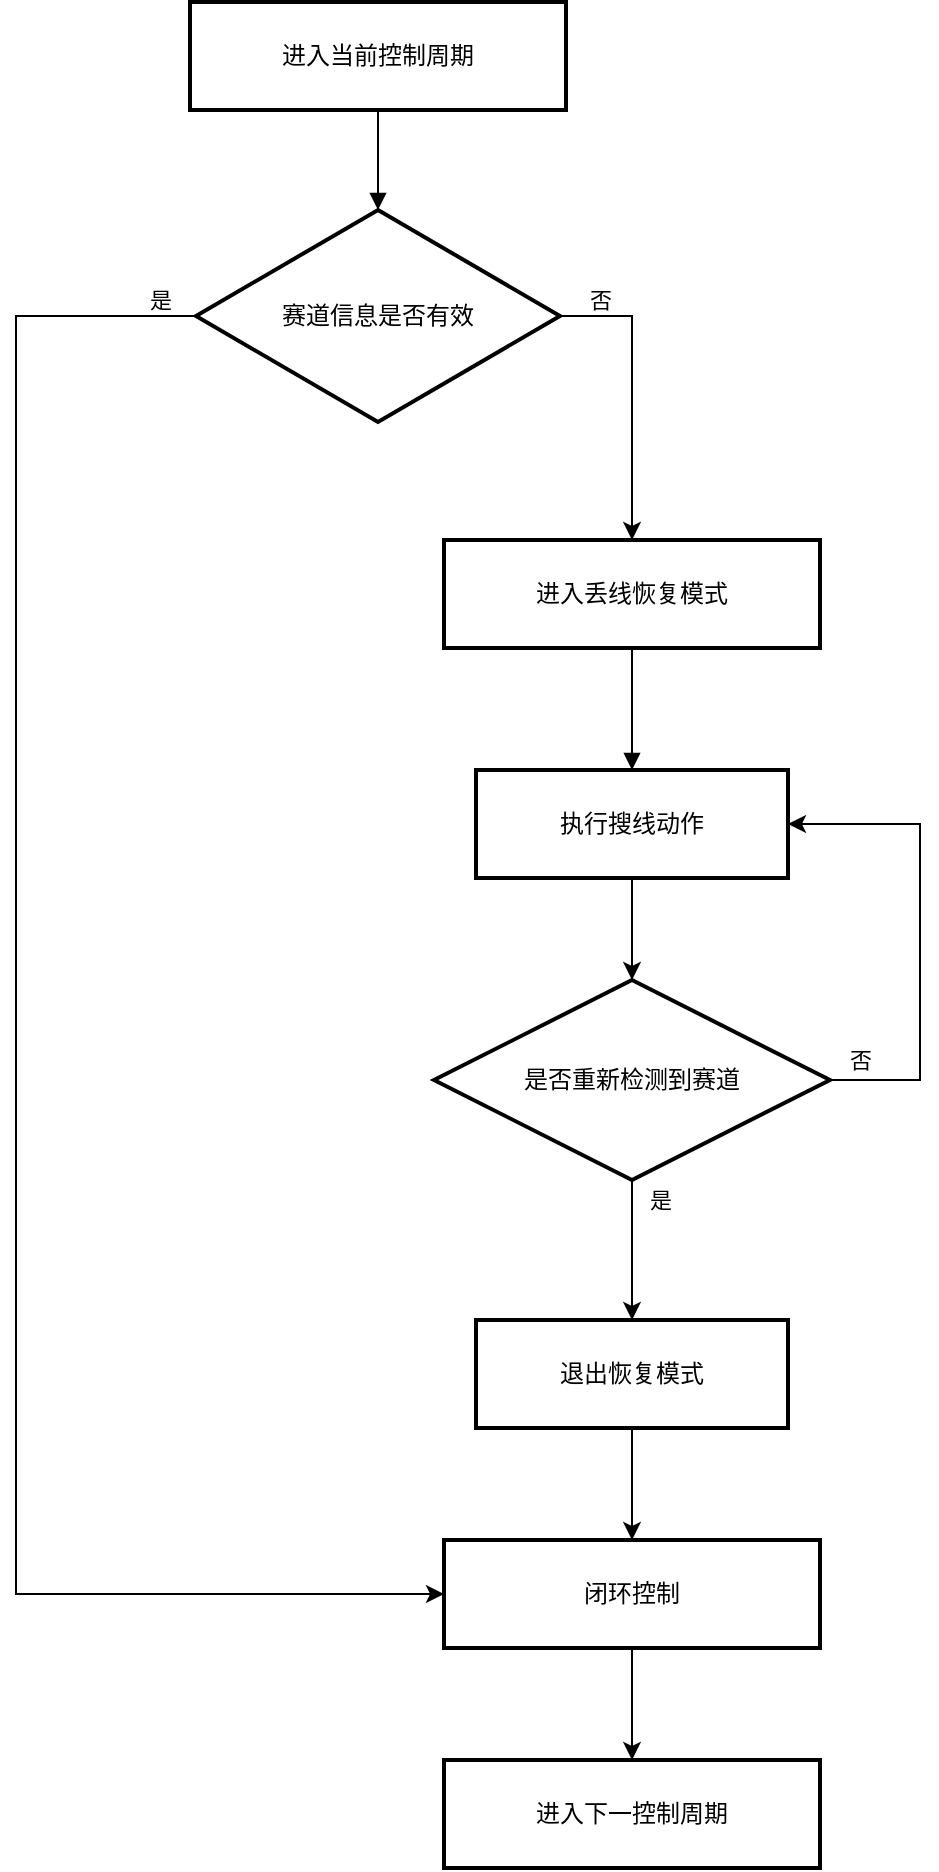
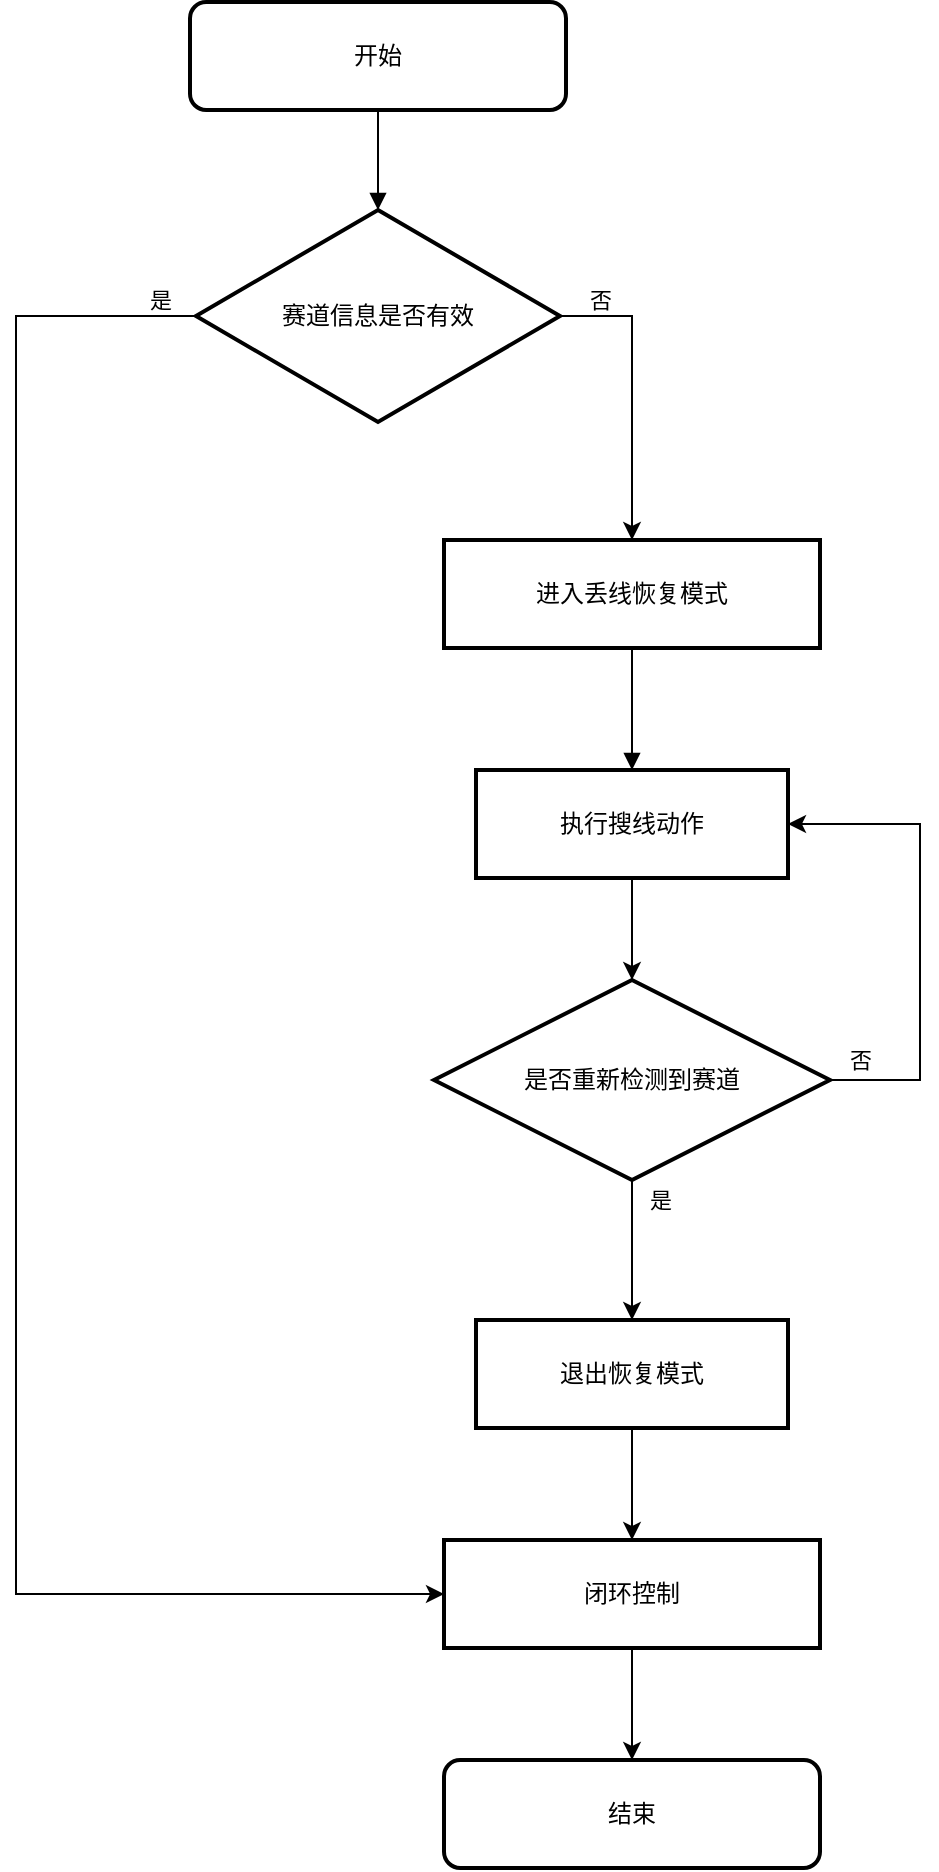
<mxfile host="app.diagrams.net">
  <diagram name="第 1 页" id="FSt479wwhXZQIxWG6IBh">
-     <mxGraphModel dx="1928" dy="1114" grid="1" gridSize="10" guides="1" tooltips="1" connect="1" arrows="1" fold="1" page="1" pageScale="1" pageWidth="827" pageHeight="1169" math="0" shadow="0">
+     <mxGraphModel dx="857" dy="479" grid="1" gridSize="10" guides="1" tooltips="1" connect="1" arrows="1" fold="1" page="1" pageScale="1" pageWidth="827" pageHeight="1169" math="0" shadow="0">
      <root>
        <mxCell id="0" />
        <mxCell id="1" parent="0" />
-         <mxCell id="T3tHhPxtqn0_50OSmm_h-41" parent="1" style="whiteSpace=wrap;strokeWidth=2;fillColor=none;" value="进入当前控制周期" vertex="1">
-           <mxGeometry height="54" width="188" x="275" y="21" as="geometry" />
-         </mxCell>
        <mxCell id="T3tHhPxtqn0_50OSmm_h-60" edge="1" parent="1" source="T3tHhPxtqn0_50OSmm_h-42" style="edgeStyle=orthogonalEdgeStyle;rounded=0;orthogonalLoop=1;jettySize=auto;html=1;entryX=0.5;entryY=0;entryDx=0;entryDy=0;" target="T3tHhPxtqn0_50OSmm_h-45">
          <mxGeometry relative="1" as="geometry">
            <Array as="points">
              <mxPoint x="496" y="178" />
            </Array>
          </mxGeometry>
        </mxCell>
        <mxCell id="T3tHhPxtqn0_50OSmm_h-61" connectable="0" parent="T3tHhPxtqn0_50OSmm_h-60" style="edgeLabel;html=1;align=center;verticalAlign=middle;resizable=0;points=[];" value="否" vertex="1">
          <mxGeometry relative="1" x="-0.7766" y="3" as="geometry">
            <mxPoint x="3" y="-5" as="offset" />
          </mxGeometry>
        </mxCell>
        <mxCell id="T3tHhPxtqn0_50OSmm_h-62" edge="1" parent="1" source="T3tHhPxtqn0_50OSmm_h-42" style="edgeStyle=orthogonalEdgeStyle;rounded=0;orthogonalLoop=1;jettySize=auto;html=1;entryX=0;entryY=0.5;entryDx=0;entryDy=0;" target="T3tHhPxtqn0_50OSmm_h-49">
          <mxGeometry relative="1" as="geometry">
            <Array as="points">
              <mxPoint x="188" y="178" />
              <mxPoint x="188" y="817" />
            </Array>
            <mxPoint x="188" y="789.9999999999998" as="targetPoint" />
          </mxGeometry>
        </mxCell>
        <mxCell id="oZC3OOgqnNXRfj2_iYg0-1" connectable="0" parent="T3tHhPxtqn0_50OSmm_h-62" style="edgeLabel;html=1;align=center;verticalAlign=middle;resizable=0;points=[];" value="是" vertex="1">
          <mxGeometry relative="1" x="-0.9428" y="1" as="geometry">
            <mxPoint x="9" y="-9" as="offset" />
          </mxGeometry>
        </mxCell>
        <mxCell id="T3tHhPxtqn0_50OSmm_h-42" parent="1" style="rhombus;strokeWidth=2;whiteSpace=wrap;fillColor=none;" value="赛道信息是否有效" vertex="1">
          <mxGeometry height="106" width="182" x="278" y="125" as="geometry" />
-         </mxCell>
-         <mxCell id="T3tHhPxtqn0_50OSmm_h-44" parent="1" style="whiteSpace=wrap;strokeWidth=2;fillColor=none;" value="进入下一控制周期" vertex="1">
-           <mxGeometry height="54" width="188" x="402" y="900" as="geometry" />
        </mxCell>
        <mxCell id="T3tHhPxtqn0_50OSmm_h-45" parent="1" style="whiteSpace=wrap;strokeWidth=2;fillColor=none;" value="进入丢线恢复模式" vertex="1">
          <mxGeometry height="54" width="188" x="402" y="290" as="geometry" />
        </mxCell>
        <mxCell id="T3tHhPxtqn0_50OSmm_h-63" edge="1" parent="1" source="T3tHhPxtqn0_50OSmm_h-46" style="edgeStyle=orthogonalEdgeStyle;rounded=0;orthogonalLoop=1;jettySize=auto;html=1;" target="T3tHhPxtqn0_50OSmm_h-47" value="">
          <mxGeometry relative="1" as="geometry" />
        </mxCell>
        <mxCell id="T3tHhPxtqn0_50OSmm_h-46" parent="1" style="whiteSpace=wrap;strokeWidth=2;fillColor=none;" value="执行搜线动作" vertex="1">
          <mxGeometry height="54" width="156" x="418" y="405" as="geometry" />
        </mxCell>
        <mxCell id="T3tHhPxtqn0_50OSmm_h-64" edge="1" parent="1" source="T3tHhPxtqn0_50OSmm_h-47" style="edgeStyle=orthogonalEdgeStyle;rounded=0;orthogonalLoop=1;jettySize=auto;html=1;entryX=1;entryY=0.5;entryDx=0;entryDy=0;" target="T3tHhPxtqn0_50OSmm_h-46" value="否">
          <mxGeometry relative="1" x="-0.8745" y="10" as="geometry">
            <mxPoint as="offset" />
            <Array as="points">
              <mxPoint x="640" y="560" />
              <mxPoint x="640" y="432" />
            </Array>
          </mxGeometry>
        </mxCell>
        <mxCell id="T3tHhPxtqn0_50OSmm_h-65" edge="1" parent="1" source="T3tHhPxtqn0_50OSmm_h-47" style="edgeStyle=orthogonalEdgeStyle;rounded=0;orthogonalLoop=1;jettySize=auto;html=1;" target="T3tHhPxtqn0_50OSmm_h-48" value="">
          <mxGeometry relative="1" as="geometry" />
        </mxCell>
        <mxCell id="T3tHhPxtqn0_50OSmm_h-66" connectable="0" parent="T3tHhPxtqn0_50OSmm_h-65" style="edgeLabel;html=1;align=center;verticalAlign=middle;resizable=0;points=[];" value="是" vertex="1">
          <mxGeometry relative="1" x="-0.2069" y="-1" as="geometry">
            <mxPoint x="15" y="-18" as="offset" />
          </mxGeometry>
        </mxCell>
        <mxCell id="T3tHhPxtqn0_50OSmm_h-47" parent="1" style="rhombus;strokeWidth=2;whiteSpace=wrap;fillColor=none;" value="是否重新检测到赛道" vertex="1">
          <mxGeometry height="100" width="198" x="397" y="510" as="geometry" />
        </mxCell>
        <mxCell id="T3tHhPxtqn0_50OSmm_h-67" edge="1" parent="1" source="T3tHhPxtqn0_50OSmm_h-48" style="edgeStyle=orthogonalEdgeStyle;rounded=0;orthogonalLoop=1;jettySize=auto;html=1;" target="T3tHhPxtqn0_50OSmm_h-49" value="">
          <mxGeometry relative="1" as="geometry" />
        </mxCell>
        <mxCell id="T3tHhPxtqn0_50OSmm_h-48" parent="1" style="whiteSpace=wrap;strokeWidth=2;fillColor=none;" value="退出恢复模式" vertex="1">
          <mxGeometry height="54" width="156" x="418" y="680" as="geometry" />
        </mxCell>
-         <mxCell id="T3tHhPxtqn0_50OSmm_h-71" edge="1" parent="1" source="T3tHhPxtqn0_50OSmm_h-49" style="edgeStyle=orthogonalEdgeStyle;rounded=0;orthogonalLoop=1;jettySize=auto;html=1;" target="T3tHhPxtqn0_50OSmm_h-44" value="">
-           <mxGeometry relative="1" as="geometry" />
+         <mxCell id="T3tHhPxtqn0_50OSmm_h-71" edge="1" parent="1" source="T3tHhPxtqn0_50OSmm_h-49" style="edgeStyle=orthogonalEdgeStyle;rounded=0;orthogonalLoop=1;jettySize=auto;html=1;" value="">
+           <mxGeometry relative="1" as="geometry">
+             <mxPoint x="496" y="900" as="targetPoint" />
+           </mxGeometry>
        </mxCell>
        <mxCell id="T3tHhPxtqn0_50OSmm_h-49" parent="1" style="whiteSpace=wrap;strokeWidth=2;fillColor=none;" value="闭环控制" vertex="1">
          <mxGeometry height="54" width="188" x="402" y="790" as="geometry" />
        </mxCell>
-         <mxCell id="T3tHhPxtqn0_50OSmm_h-50" edge="1" parent="1" source="T3tHhPxtqn0_50OSmm_h-41" style="curved=1;startArrow=none;endArrow=block;exitX=0.5;exitY=1;entryX=0.5;entryY=0;rounded=0;" target="T3tHhPxtqn0_50OSmm_h-42" value="">
+         <mxCell id="T3tHhPxtqn0_50OSmm_h-50" edge="1" parent="1" style="curved=1;startArrow=none;endArrow=block;exitX=0.5;exitY=1;entryX=0.5;entryY=0;rounded=0;" target="T3tHhPxtqn0_50OSmm_h-42" value="">
          <mxGeometry relative="1" as="geometry">
            <Array as="points" />
+             <mxPoint x="369" y="75" as="sourcePoint" />
          </mxGeometry>
        </mxCell>
        <mxCell id="T3tHhPxtqn0_50OSmm_h-54" edge="1" parent="1" source="T3tHhPxtqn0_50OSmm_h-45" style="curved=1;startArrow=none;endArrow=block;exitX=0.5;exitY=1;entryX=0.5;entryY=0;rounded=0;" target="T3tHhPxtqn0_50OSmm_h-46" value="">
          <mxGeometry relative="1" as="geometry">
            <Array as="points" />
          </mxGeometry>
        </mxCell>
+         <mxCell id="PWFWtbltoUu292U8LSIP-1" parent="1" style="rounded=1;whiteSpace=wrap;html=1;fillColor=none;strokeWidth=2;" value="开始" vertex="1">
+           <mxGeometry height="54" width="188" x="275" y="21" as="geometry" />
+         </mxCell>
+         <mxCell id="PWFWtbltoUu292U8LSIP-2" parent="1" style="rounded=1;whiteSpace=wrap;html=1;fillColor=none;strokeWidth=2;" value="结束" vertex="1">
+           <mxGeometry height="54" width="188" x="402" y="900" as="geometry" />
+         </mxCell>
      </root>
    </mxGraphModel>
  </diagram>
</mxfile>
